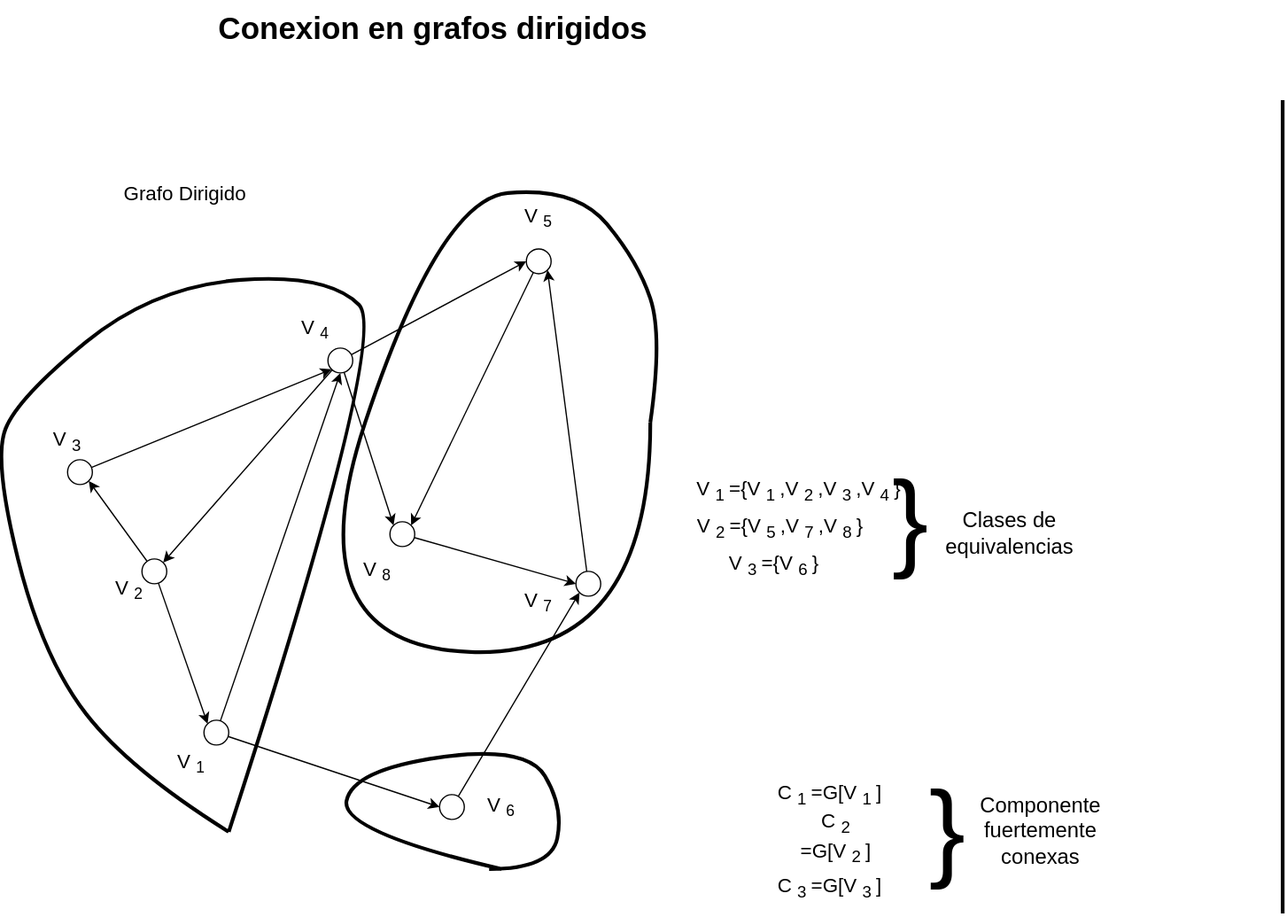
Before: Estructura-de-datos/Grafos/Conexion-grafo-dir.drawio.svg, a diagram exported from draw.io (Nordcode-cyber/Algoritmos-Estructdatos). Source tidied: cells renumbered, new cells last; positions are measured from the earlier drawing's top-left corner, leaving out a move shared by most shapes.
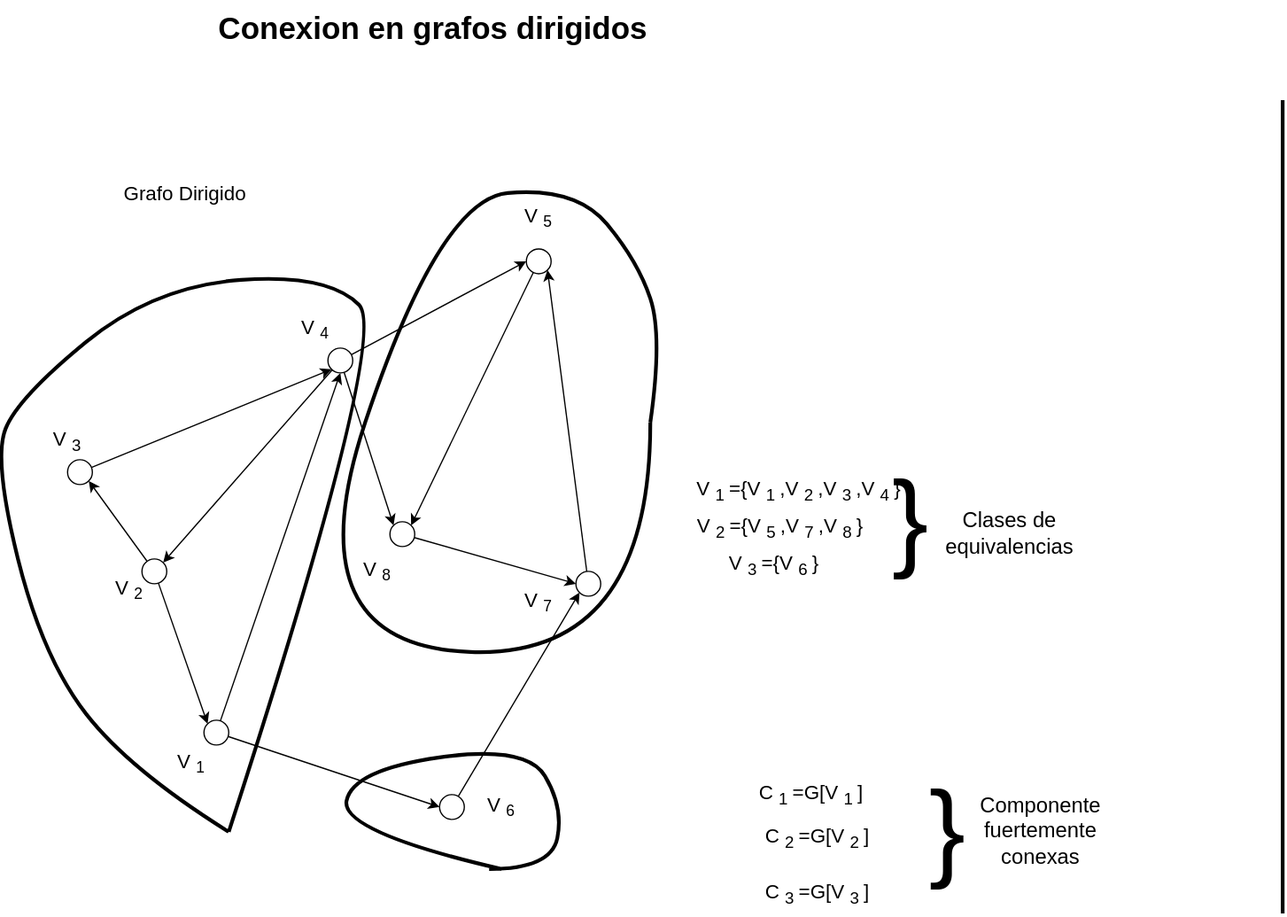
Later version of the same file.

The edit, as a diff of the source:
```diff
@@ -1,4 +1,4 @@
-<mxGraphModel>
+<mxGraphModel background="light-dark(#FFFFFF,#121212)">
   <root>
     <mxCell id="0" />
     <mxCell id="1" parent="0" />
@@ -123,7 +123,7 @@
       </mxGeometry>
     </mxCell>
     <mxCell id="38" value="&lt;font style=&quot;color: light-dark(rgb(0, 0, 0), rgb(66, 255, 46)); font-size: 16px;&quot;&gt;C&lt;sub&gt;1&lt;/sub&gt;=G[V&lt;sub&gt;1&lt;/sub&gt;]&lt;/font&gt;" style="text;html=1;align=center;verticalAlign=middle;whiteSpace=wrap;rounded=0;" parent="1" vertex="1">
-      <mxGeometry x="610" y="610" width="130" height="60" as="geometry" />
+      <mxGeometry x="580" y="610" width="160" height="60" as="geometry" />
     </mxCell>
     <mxCell id="39" style="curved=1;endArrow=none;html=1;endFill=0;strokeWidth=3;strokeColor=light-dark(#000000,#CC0000);" parent="1" edge="1">
       <mxGeometry relative="1" as="geometry">
@@ -140,7 +140,7 @@
       </mxGeometry>
     </mxCell>
     <mxCell id="40" value="&lt;font style=&quot;color: light-dark(rgb(0, 0, 0), rgb(204, 0, 0)); font-size: 16px;&quot;&gt;C&lt;sub&gt;2&lt;/sub&gt;=G[V&lt;sub&gt;2&lt;/sub&gt;]&lt;/font&gt;" style="text;html=1;align=center;verticalAlign=middle;whiteSpace=wrap;rounded=0;" parent="1" vertex="1">
-      <mxGeometry x="650" y="660" width="60" height="30" as="geometry" />
+      <mxGeometry x="620" y="660" width="90" height="30" as="geometry" />
     </mxCell>
     <mxCell id="41" style="curved=1;endArrow=none;html=1;endFill=0;strokeWidth=3;strokeColor=light-dark(#000000,#FFFF00);" parent="1" edge="1">
       <mxGeometry relative="1" as="geometry">
@@ -156,7 +156,7 @@
       </mxGeometry>
     </mxCell>
     <mxCell id="42" value="&lt;font style=&quot;font-size: 16px; color: light-dark(rgb(0, 0, 0), rgb(255, 255, 0));&quot;&gt;C&lt;sub&gt;3&lt;/sub&gt;=G[V&lt;sub&gt;3&lt;/sub&gt;]&lt;/font&gt;" style="text;html=1;align=center;verticalAlign=middle;whiteSpace=wrap;rounded=0;" parent="1" vertex="1">
-      <mxGeometry x="615" y="700" width="120" height="30" as="geometry" />
+      <mxGeometry x="590" y="705" width="150" height="30" as="geometry" />
     </mxCell>
     <mxCell id="43" value="&lt;font style=&quot;color: light-dark(rgb(0, 0, 0), rgb(66, 255, 46)); font-size: 17px;&quot;&gt;Componente fuertemente conexas&lt;/font&gt;" style="text;html=1;align=center;verticalAlign=middle;whiteSpace=wrap;rounded=0;" parent="1" vertex="1">
       <mxGeometry x="780" y="630" width="130" height="80" as="geometry" />
```
